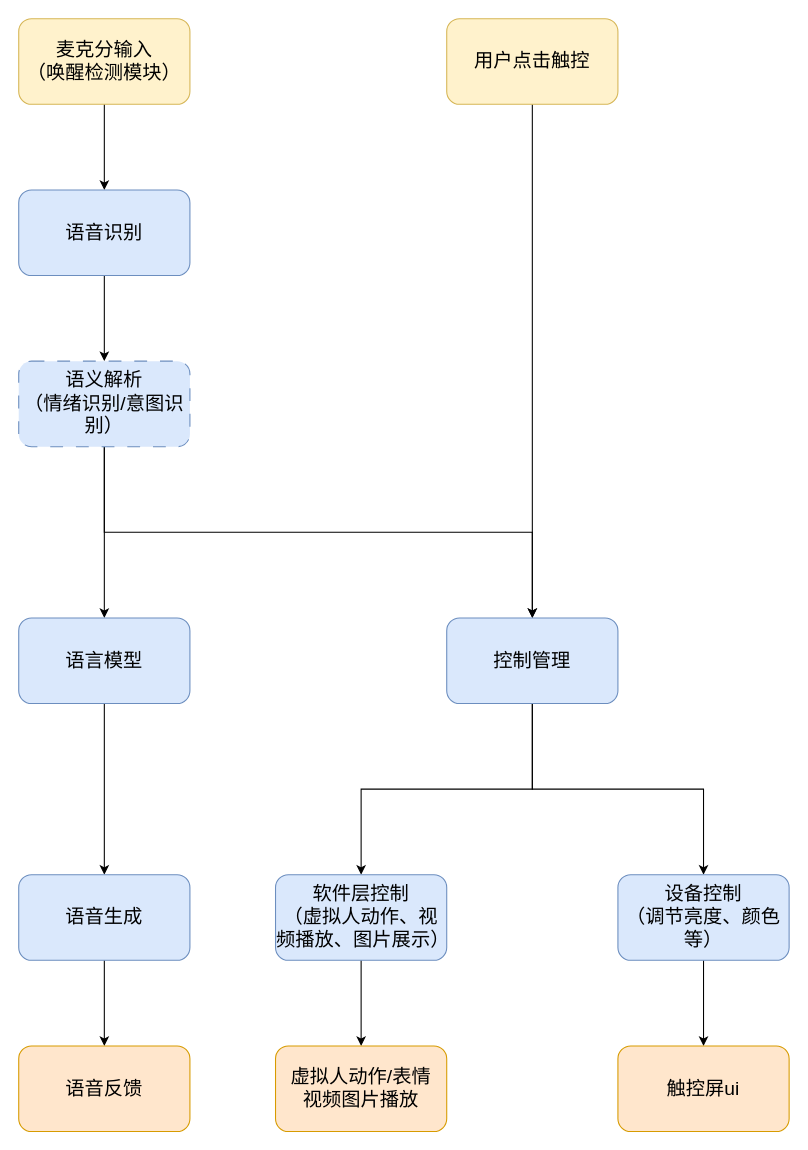
This is 未命名绘图.drawio from NanayaSN/VPA, a draw.io file, before an edit. Source tidied: cells renumbered, new cells numbered last; positions are measured from the earlier drawing's top-left corner, leaving out a move shared by most shapes. Both pictures are drawn from the tidied source at 107%, with x=0, y=0 at pixel (18, 18).
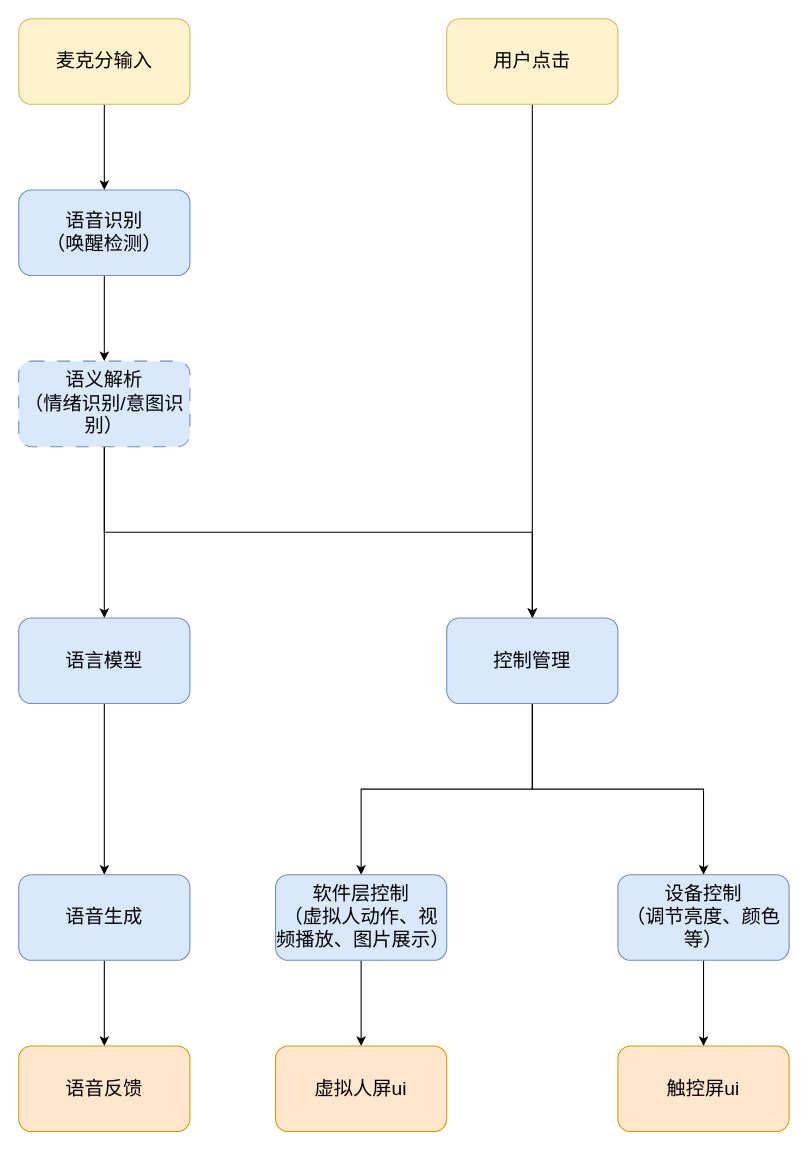
After the change.

Commit message:
更新未命名绘图.drawio

The edit, as a diff of the source:
```diff
@@
-    <mxCell id="3" value="&lt;font style=&quot;font-size: 18px;&quot;&gt;麦克分输入&lt;/font&gt;&lt;div&gt;&lt;font style=&quot;font-size: 18px;&quot;&gt;（唤醒检测模块）&lt;/font&gt;&lt;/div&gt;" style="rounded=1;whiteSpace=wrap;html=1;fillColor=#fff2cc;strokeColor=#d6b656;" parent="1" vertex="1">
+    <mxCell id="3" value="&lt;font style=&quot;font-size: 18px;&quot;&gt;麦克分输入&lt;/font&gt;" style="rounded=1;whiteSpace=wrap;html=1;fillColor=#fff2cc;strokeColor=#d6b656;" parent="1" vertex="1">
       <mxGeometry width="160" height="80" as="geometry" />
     </mxCell>
@@
-    <mxCell id="5" value="&lt;font style=&quot;font-size: 18px;&quot;&gt;语音识别&lt;/font&gt;" style="rounded=1;whiteSpace=wrap;html=1;fillColor=#dae8fc;strokeColor=#6c8ebf;" parent="1" vertex="1">
+    <mxCell id="5" value="&lt;font style=&quot;font-size: 18px;&quot;&gt;语音识别&lt;/font&gt;&lt;div&gt;&lt;font style=&quot;font-size: 18px;&quot;&gt;（唤醒检测）&lt;/font&gt;&lt;/div&gt;" style="rounded=1;whiteSpace=wrap;html=1;fillColor=#dae8fc;strokeColor=#6c8ebf;" parent="1" vertex="1">
       <mxGeometry y="160" width="160" height="80" as="geometry" />
     </mxCell>
@@
-    <mxCell id="10" value="&lt;span style=&quot;font-size: 18px;&quot;&gt;用户点击触控&lt;/span&gt;" style="rounded=1;whiteSpace=wrap;html=1;fillColor=#fff2cc;strokeColor=#d6b656;" parent="1" vertex="1">
+    <mxCell id="10" value="&lt;span style=&quot;font-size: 18px;&quot;&gt;用户点击&lt;/span&gt;" style="rounded=1;whiteSpace=wrap;html=1;fillColor=#fff2cc;strokeColor=#d6b656;" parent="1" vertex="1">
       <mxGeometry x="400" width="160" height="80" as="geometry" />
     </mxCell>
@@
-    <mxCell id="23" value="&lt;font style=&quot;font-size: 18px;&quot;&gt;虚拟人动作/表情&lt;/font&gt;&lt;div&gt;&lt;font style=&quot;font-size: 18px;&quot;&gt;视频图片播放&lt;/font&gt;&lt;/div&gt;" style="rounded=1;whiteSpace=wrap;html=1;fillColor=#ffe6cc;strokeColor=#d79b00;" parent="1" vertex="1">
+    <mxCell id="23" value="&lt;span style=&quot;font-size: 18px;&quot;&gt;虚拟人屏ui&lt;/span&gt;" style="rounded=1;whiteSpace=wrap;html=1;fillColor=#ffe6cc;strokeColor=#d79b00;" parent="1" vertex="1">
       <mxGeometry x="240" y="960" width="160" height="80" as="geometry" />
     </mxCell>
```
